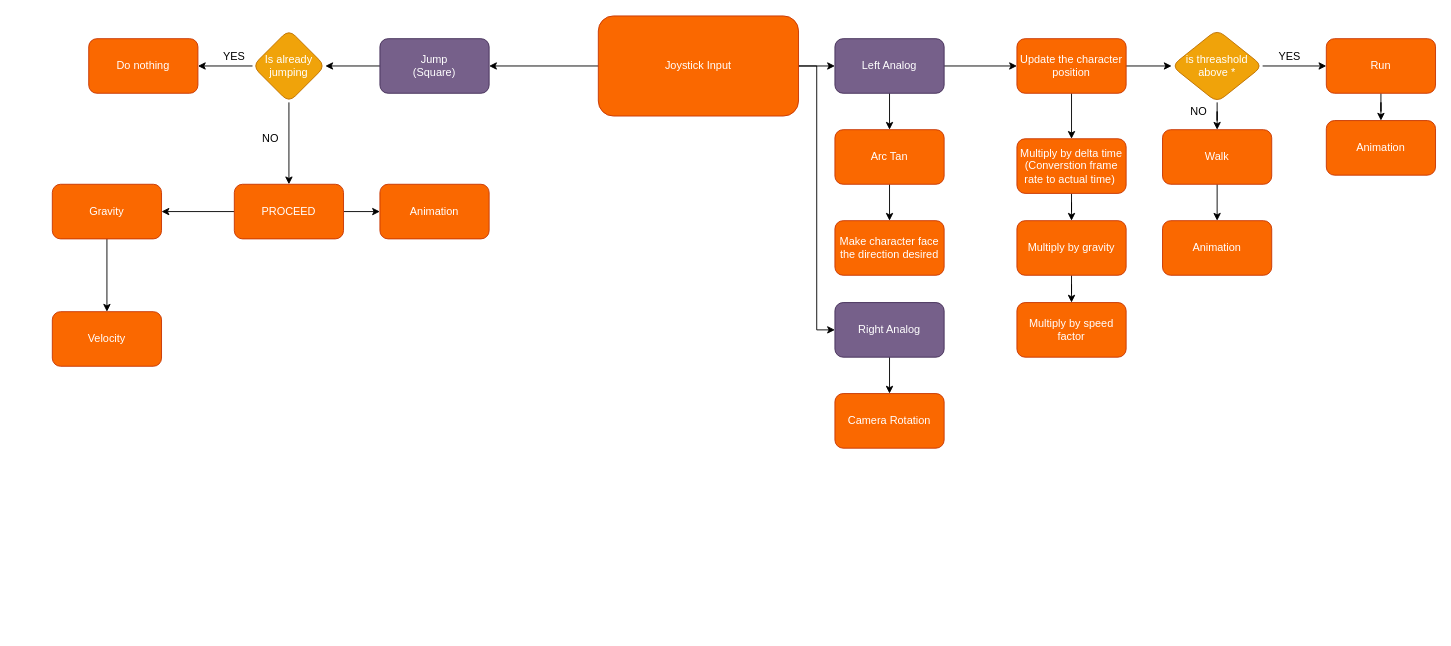
JasonCaron/JasonCaron keeps this draw.io diagram as Untitled Diagram.drawio. Above is the earlier version. Source tidied: cells renumbered, new cells numbered last; positions are measured from the earlier drawing's top-left corner, leaving out a move shared by most shapes. Both pictures are drawn from the tidied source at 91%, with x=0, y=0 at pixel (52, 15).
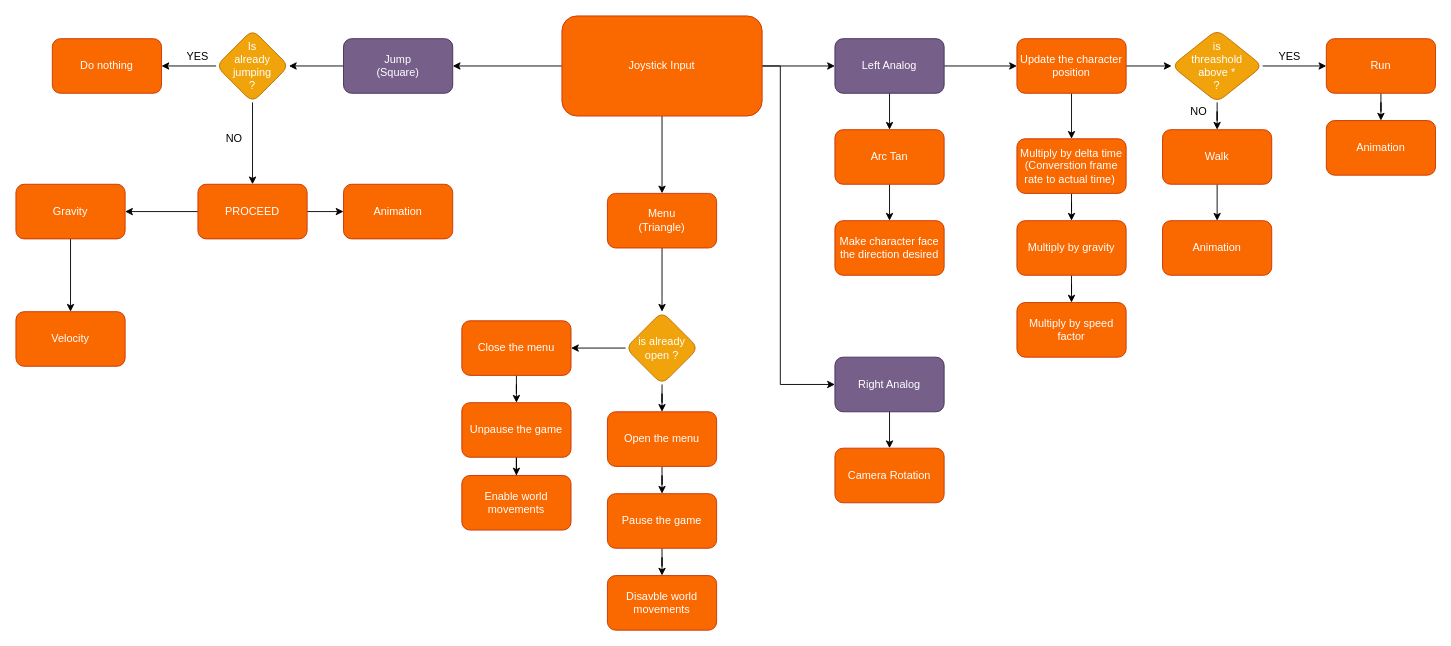
The same diagram, later.

Change to the diagram source:
```diff
@@
     <mxCell id="4" style="edgeStyle=orthogonalEdgeStyle;rounded=0;jettySize=auto;html=1;entryX=0;entryY=0.5;entryDx=0;entryDy=0;" parent="1" edge="1" source="5" target="47">
       <mxGeometry relative="1" as="geometry">
         <Array as="points">
-          <mxPoint x="840" y="55" />
-          <mxPoint x="840" y="345" />
+          <mxPoint x="800" y="55" />
+          <mxPoint x="800" y="405" />
         </Array>
       </mxGeometry>
     </mxCell>
+    <mxCell id="49" style="edgeStyle=orthogonalEdgeStyle;rounded=0;jettySize=auto;html=1;entryX=0.5;entryY=0;entryDx=0;entryDy=0;" parent="1" edge="1" source="5" target="51">
+      <mxGeometry relative="1" as="geometry" />
+    </mxCell>
     <mxCell id="5" value="Joystick Input" style="rounded=1;whiteSpace=wrap;html=1;fillColor=#fa6800;strokeColor=#C73500;fontColor=#ffffff;" parent="1" vertex="1">
-      <mxGeometry x="600" width="220" height="110" as="geometry" />
+      <mxGeometry x="560" width="220" height="110" as="geometry" />
     </mxCell>
@@
     <mxCell id="7" value="Jump&lt;br&gt;(Square)" style="rounded=1;whiteSpace=wrap;html=1;fillColor=#76608a;strokeColor=#432D57;fontColor=#ffffff;" parent="1" vertex="1">
-      <mxGeometry x="360" y="25" width="120" height="60" as="geometry" />
+      <mxGeometry x="320" y="25" width="120" height="60" as="geometry" />
     </mxCell>
@@
-    <mxCell id="10" value="Is already jumping" style="rhombus;whiteSpace=wrap;html=1;rounded=1;strokeColor=#BD7000;fillColor=#f0a30a;fontColor=#ffffff;" parent="1" vertex="1">
-      <mxGeometry x="220" y="15" width="80" height="80" as="geometry" />
+    <mxCell id="10" value="Is&lt;br&gt;already jumping&lt;br&gt;?" style="rhombus;whiteSpace=wrap;html=1;rounded=1;strokeColor=#BD7000;fillColor=#f0a30a;fontColor=#ffffff;" parent="1" vertex="1">
+      <mxGeometry x="180" y="15" width="80" height="80" as="geometry" />
     </mxCell>
     <mxCell id="11" value="Do nothing" style="whiteSpace=wrap;html=1;rounded=1;strokeColor=#C73500;fillColor=#fa6800;fontColor=#ffffff;" parent="1" vertex="1">
-      <mxGeometry x="40" y="25" width="120" height="60" as="geometry" />
+      <mxGeometry y="25" width="120" height="60" as="geometry" />
     </mxCell>
     <mxCell id="12" value="YES" style="text;html=1;strokeColor=none;fillColor=none;align=center;verticalAlign=middle;whiteSpace=wrap;rounded=0;" parent="1" vertex="1">
-      <mxGeometry x="180" y="35" width="40" height="20" as="geometry" />
+      <mxGeometry x="140" y="35" width="40" height="20" as="geometry" />
     </mxCell>
@@
     <mxCell id="15" value="PROCEED" style="whiteSpace=wrap;html=1;rounded=1;fontColor=#ffffff;strokeColor=#C73500;fillColor=#fa6800;" parent="1" vertex="1">
-      <mxGeometry x="200" y="185" width="120" height="60" as="geometry" />
+      <mxGeometry x="160" y="185" width="120" height="60" as="geometry" />
     </mxCell>
     <mxCell id="16" value="NO" style="text;html=1;strokeColor=none;fillColor=none;align=center;verticalAlign=middle;whiteSpace=wrap;rounded=0;" parent="1" vertex="1">
-      <mxGeometry x="220" y="125" width="40" height="20" as="geometry" />
+      <mxGeometry x="180" y="125" width="40" height="20" as="geometry" />
     </mxCell>
@@
     <mxCell id="18" value="Gravity" style="whiteSpace=wrap;html=1;rounded=1;fontColor=#ffffff;strokeColor=#C73500;fillColor=#fa6800;" parent="1" vertex="1">
-      <mxGeometry y="185" width="120" height="60" as="geometry" />
+      <mxGeometry x="-40" y="185" width="120" height="60" as="geometry" />
     </mxCell>
     <mxCell id="19" value="Velocity" style="whiteSpace=wrap;html=1;rounded=1;fontColor=#ffffff;strokeColor=#C73500;fillColor=#fa6800;" parent="1" vertex="1">
-      <mxGeometry y="325" width="120" height="60" as="geometry" />
+      <mxGeometry x="-40" y="325" width="120" height="60" as="geometry" />
     </mxCell>
     <mxCell id="20" value="Animation" style="whiteSpace=wrap;html=1;rounded=1;fontColor=#ffffff;strokeColor=#C73500;fillColor=#fa6800;" parent="1" vertex="1">
-      <mxGeometry x="360" y="185" width="120" height="60" as="geometry" />
+      <mxGeometry x="320" y="185" width="120" height="60" as="geometry" />
     </mxCell>
@@
-    <mxCell id="37" value="is threashold above *" style="rhombus;whiteSpace=wrap;html=1;rounded=1;fontColor=#ffffff;strokeColor=#BD7000;fillColor=#f0a30a;" parent="1" vertex="1">
+    <mxCell id="37" value="is&lt;br&gt;threashold&lt;br&gt;above *&lt;br&gt;?" style="rhombus;whiteSpace=wrap;html=1;rounded=1;fontColor=#ffffff;strokeColor=#BD7000;fillColor=#f0a30a;" parent="1" vertex="1">
       <mxGeometry x="1230" y="15" width="100" height="80" as="geometry" />
     </mxCell>
@@
     <mxCell id="47" value="Right Analog" style="rounded=1;whiteSpace=wrap;html=1;fillColor=#76608a;strokeColor=#432D57;fontColor=#ffffff;" parent="1" vertex="1">
-      <mxGeometry x="860" y="315" width="120" height="60" as="geometry" />
+      <mxGeometry x="860" y="375" width="120" height="60" as="geometry" />
     </mxCell>
     <mxCell id="48" value="Camera Rotation" style="rounded=1;whiteSpace=wrap;html=1;fillColor=#fa6800;strokeColor=#C73500;fontColor=#ffffff;" parent="1" vertex="1">
-      <mxGeometry x="860" y="415" width="120" height="60" as="geometry" />
+      <mxGeometry x="860" y="475" width="120" height="60" as="geometry" />
     </mxCell>
+    <mxCell id="50" style="edgeStyle=orthogonalEdgeStyle;rounded=0;jettySize=auto;html=1;" parent="1" edge="1" source="51" target="54">
+      <mxGeometry relative="1" as="geometry" />
+    </mxCell>
+    <mxCell id="51" value="Menu&lt;br&gt;(Triangle)" style="rounded=1;whiteSpace=wrap;html=1;fillColor=#fa6800;strokeColor=#C73500;fontColor=#ffffff;" parent="1" vertex="1">
+      <mxGeometry x="610" y="195" width="120" height="60" as="geometry" />
+    </mxCell>
+    <mxCell id="52" style="edgeStyle=orthogonalEdgeStyle;rounded=0;jettySize=auto;html=1;" parent="1" edge="1" source="54" target="56">
+      <mxGeometry relative="1" as="geometry" />
+    </mxCell>
+    <mxCell id="53" style="edgeStyle=orthogonalEdgeStyle;rounded=0;jettySize=auto;html=1;" parent="1" edge="1" source="54" target="61">
+      <mxGeometry relative="1" as="geometry" />
+    </mxCell>
+    <mxCell id="54" value="is already open ?" style="rhombus;whiteSpace=wrap;html=1;rounded=1;fontColor=#ffffff;strokeColor=#BD7000;fillColor=#f0a30a;" parent="1" vertex="1">
+      <mxGeometry x="630" y="325" width="80" height="80" as="geometry" />
+    </mxCell>
+    <mxCell id="55" style="edgeStyle=orthogonalEdgeStyle;rounded=0;jettySize=auto;html=1;" parent="1" edge="1" source="56" target="58">
+      <mxGeometry relative="1" as="geometry" />
+    </mxCell>
+    <mxCell id="56" value="Close the menu" style="whiteSpace=wrap;html=1;rounded=1;fontColor=#ffffff;strokeColor=#C73500;fillColor=#fa6800;" parent="1" vertex="1">
+      <mxGeometry x="450" y="335" width="120" height="60" as="geometry" />
+    </mxCell>
+    <mxCell id="57" style="edgeStyle=orthogonalEdgeStyle;rounded=0;jettySize=auto;html=1;" parent="1" edge="1" source="58" target="59">
+      <mxGeometry relative="1" as="geometry" />
+    </mxCell>
+    <mxCell id="58" value="Unpause the game" style="whiteSpace=wrap;html=1;rounded=1;fontColor=#ffffff;strokeColor=#C73500;fillColor=#fa6800;" parent="1" vertex="1">
+      <mxGeometry x="450" y="425" width="120" height="60" as="geometry" />
+    </mxCell>
+    <mxCell id="59" value="Enable world movements" style="whiteSpace=wrap;html=1;rounded=1;fontColor=#ffffff;strokeColor=#C73500;fillColor=#fa6800;" parent="1" vertex="1">
+      <mxGeometry x="450" y="505" width="120" height="60" as="geometry" />
+    </mxCell>
+    <mxCell id="60" style="edgeStyle=orthogonalEdgeStyle;rounded=0;jettySize=auto;html=1;" parent="1" edge="1" source="61" target="63">
+      <mxGeometry relative="1" as="geometry" />
+    </mxCell>
+    <mxCell id="61" value="Open the menu" style="whiteSpace=wrap;html=1;rounded=1;fontColor=#ffffff;strokeColor=#C73500;fillColor=#fa6800;" parent="1" vertex="1">
+      <mxGeometry x="610" y="435" width="120" height="60" as="geometry" />
+    </mxCell>
+    <mxCell id="62" style="edgeStyle=orthogonalEdgeStyle;rounded=0;jettySize=auto;html=1;" parent="1" edge="1" source="63" target="64">
+      <mxGeometry relative="1" as="geometry" />
+    </mxCell>
+    <mxCell id="63" value="Pause the game" style="whiteSpace=wrap;html=1;rounded=1;fontColor=#ffffff;strokeColor=#C73500;fillColor=#fa6800;" parent="1" vertex="1">
+      <mxGeometry x="610" y="525" width="120" height="60" as="geometry" />
+    </mxCell>
+    <mxCell id="64" value="Disavble world movements" style="whiteSpace=wrap;html=1;rounded=1;fontColor=#ffffff;strokeColor=#C73500;fillColor=#fa6800;" parent="1" vertex="1">
+      <mxGeometry x="610" y="615" width="120" height="60" as="geometry" />
+    </mxCell>
```
